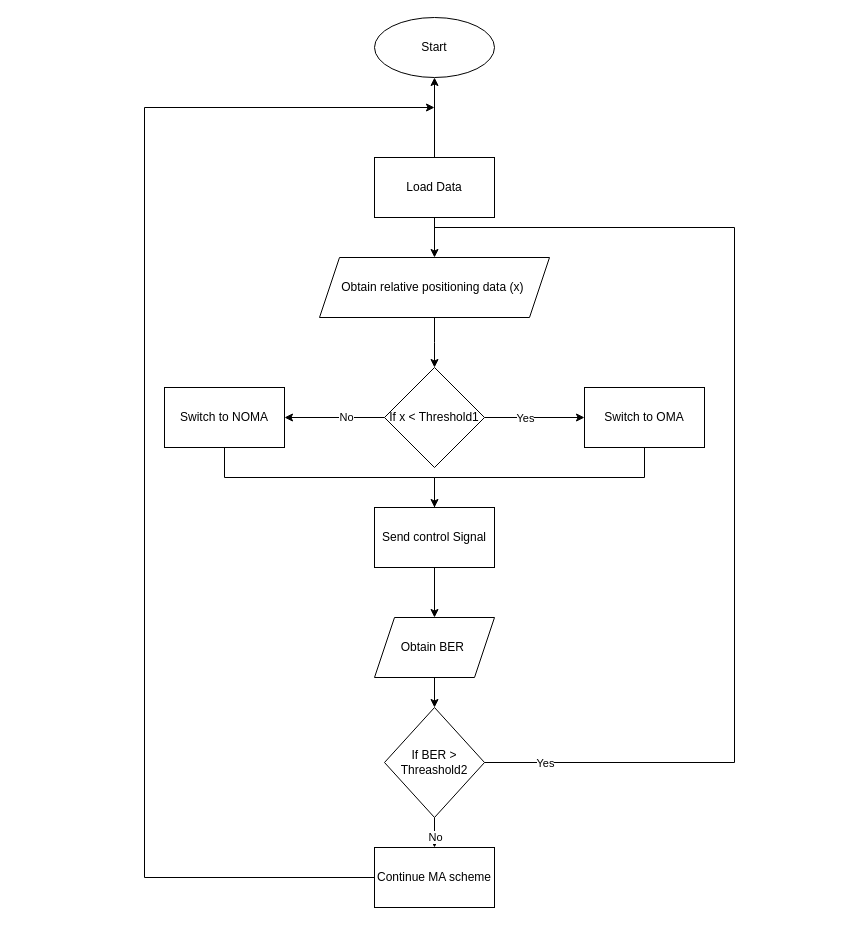
Before: page "Page-10" (10 of 11) of Untitled Diagram.drawio in Lazarus-GS/Draw.io-Works, a draw.io diagram. Source tidied: cells renumbered, new cells numbered last; positions are measured from the earlier drawing's top-left corner, leaving out a move shared by most shapes. Both pictures are drawn from the tidied source at 100%, with x=0, y=0 at pixel (144, 17).
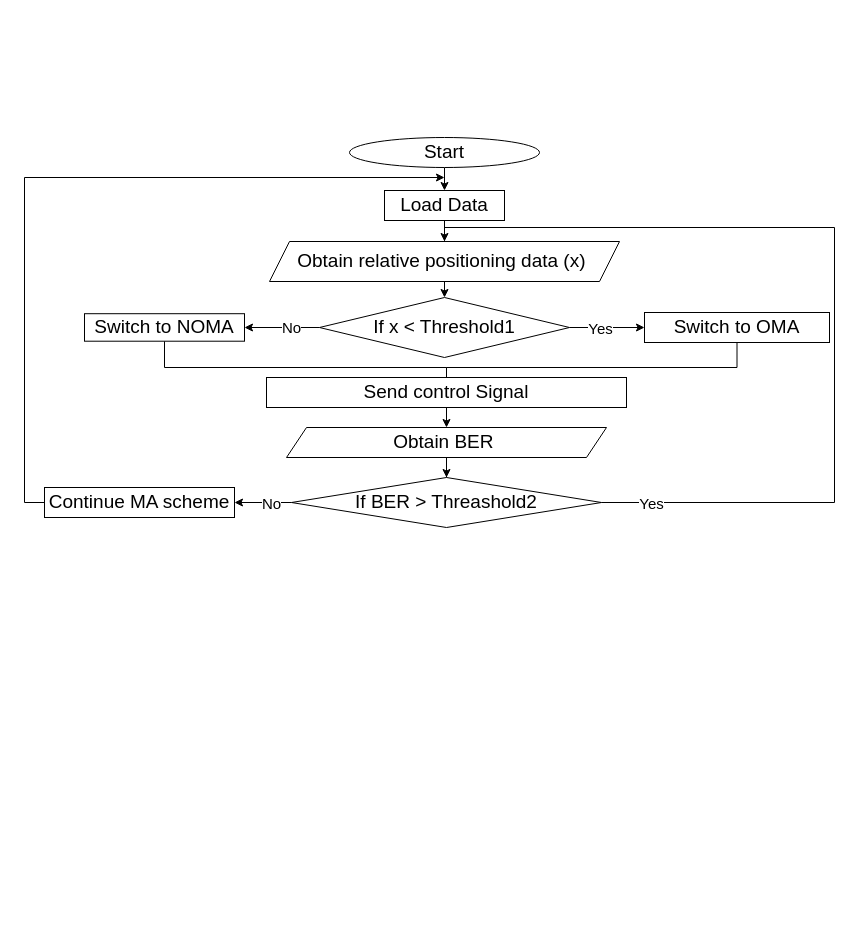
The same diagram, later.

Unchanged cells that the change refers to:
```xml
<mxCell id="5" style="edgeStyle=orthogonalEdgeStyle;rounded=0;jettySize=auto;html=1;" parent="1" edge="1" source="9" target="11">
  <mxGeometry relative="1" as="geometry" />
</mxCell>
<mxCell id="7" style="edgeStyle=orthogonalEdgeStyle;rounded=0;jettySize=auto;html=1;" parent="1" edge="1" source="9" target="13">
  <mxGeometry relative="1" as="geometry" />
</mxCell>
<mxCell id="20" style="edgeStyle=orthogonalEdgeStyle;rounded=0;jettySize=auto;html=1;" parent="1" edge="1" source="22" target="26">
  <mxGeometry relative="1" as="geometry" />
</mxCell>
```

The edit, as a diff of the source:
```diff
@@
-    <mxCell id="3" style="edgeStyle=orthogonalEdgeStyle;rounded=0;jettySize=auto;html=1;" parent="1" edge="1" source="4" target="27">
-      <mxGeometry relative="1" as="geometry" />
-    </mxCell>
-    <mxCell id="4" value="Load Data" style="rounded=0;whiteSpace=wrap;html=1;" parent="1" vertex="1">
-      <mxGeometry x="230" y="140" width="120" height="60" as="geometry" />
+    <mxCell id="4" value="&lt;font style=&quot;font-size: 19px&quot;&gt;Load Data&lt;/font&gt;" style="rounded=0;whiteSpace=wrap;html=1;" parent="1" vertex="1">
+      <mxGeometry x="240" y="173" width="120" height="30" as="geometry" />
     </mxCell>
@@
-    <mxCell id="6" value="Yes" style="edgeLabel;html=1;align=center;verticalAlign=middle;" parent="5" vertex="1">
+    <mxCell id="6" value="&lt;font style=&quot;font-size: 15px&quot;&gt;Yes&lt;/font&gt;" style="edgeLabel;html=1;align=center;verticalAlign=middle;" parent="5" vertex="1">
       <mxGeometry x="-0.2" relative="1" as="geometry" />
     </mxCell>
@@
-    <mxCell id="8" value="No" style="edgeLabel;html=1;align=center;verticalAlign=middle;" parent="7" vertex="1">
+    <mxCell id="8" value="&lt;font style=&quot;font-size: 15px&quot;&gt;No&lt;/font&gt;" style="edgeLabel;html=1;align=center;verticalAlign=middle;" parent="7" vertex="1">
       <mxGeometry x="-0.22" y="-1" relative="1" as="geometry" />
     </mxCell>
-    <mxCell id="9" value="If x &amp;lt; Threshold1" style="rhombus;whiteSpace=wrap;html=1;rounded=0;" parent="1" vertex="1">
-      <mxGeometry x="240" y="350" width="100" height="100" as="geometry" />
+    <mxCell id="9" value="&lt;font style=&quot;font-size: 19px&quot;&gt;If x &amp;lt; Threshold1&lt;/font&gt;" style="rhombus;whiteSpace=wrap;html=1;rounded=0;" parent="1" vertex="1">
+      <mxGeometry x="175" y="280" width="250" height="60" as="geometry" />
     </mxCell>
-    <mxCell id="10" style="edgeStyle=orthogonalEdgeStyle;rounded=0;jettySize=auto;html=1;exitX=0.5;exitY=1;exitDx=0;exitDy=0;" parent="1" edge="1" source="11">
-      <mxGeometry relative="1" as="geometry">
-        <mxPoint x="290" y="550" as="targetPoint" />
-        <Array as="points">
-          <mxPoint x="500" y="460" />
-          <mxPoint x="290" y="460" />
-        </Array>
-      </mxGeometry>
-    </mxCell>
+    <mxCell id="28" style="edgeStyle=orthogonalEdgeStyle;rounded=0;jettySize=auto;html=1;exitX=0.5;exitY=1;exitDx=0;exitDy=0;entryX=0.5;entryY=0;entryDx=0;entryDy=0;fontSize=15;endArrow=none;endFill=0;" parent="1" edge="1" source="11" target="17">
+      <mxGeometry relative="1" as="geometry">
+        <Array as="points">
+          <mxPoint x="593" y="350" />
+          <mxPoint x="302" y="350" />
+        </Array>
+      </mxGeometry>
+    </mxCell>
-    <mxCell id="11" value="Switch to OMA" style="whiteSpace=wrap;html=1;rounded=0;" parent="1" vertex="1">
-      <mxGeometry x="440" y="370" width="120" height="60" as="geometry" />
+    <mxCell id="11" value="&lt;font style=&quot;font-size: 19px&quot;&gt;Switch to OMA&lt;/font&gt;" style="whiteSpace=wrap;html=1;rounded=0;" parent="1" vertex="1">
+      <mxGeometry x="500" y="295" width="185" height="30" as="geometry" />
     </mxCell>
-    <mxCell id="12" style="edgeStyle=orthogonalEdgeStyle;rounded=0;jettySize=auto;html=1;exitX=0.5;exitY=1;exitDx=0;exitDy=0;entryX=0.5;entryY=0;entryDx=0;entryDy=0;" parent="1" edge="1" source="13" target="17">
-      <mxGeometry relative="1" as="geometry" />
+    <mxCell id="12" style="edgeStyle=orthogonalEdgeStyle;rounded=0;jettySize=auto;html=1;exitX=0.5;exitY=1;exitDx=0;exitDy=0;entryX=0.5;entryY=0;entryDx=0;entryDy=0;fontSize=15;endArrow=none;endFill=0;" parent="1" edge="1" source="13" target="17">
+      <mxGeometry relative="1" as="geometry">
+        <Array as="points">
+          <mxPoint x="20" y="350" />
+          <mxPoint x="302" y="350" />
+        </Array>
+      </mxGeometry>
     </mxCell>
-    <mxCell id="13" value="Switch to NOMA" style="whiteSpace=wrap;html=1;rounded=0;" parent="1" vertex="1">
-      <mxGeometry x="20" y="370" width="120" height="60" as="geometry" />
+    <mxCell id="13" value="&lt;font style=&quot;font-size: 19px&quot;&gt;Switch to NOMA&lt;/font&gt;" style="whiteSpace=wrap;html=1;rounded=0;" parent="1" vertex="1">
+      <mxGeometry x="-60" y="296.2" width="160" height="27.5" as="geometry" />
     </mxCell>
-    <mxCell id="14" style="edgeStyle=orthogonalEdgeStyle;rounded=0;jettySize=auto;html=1;exitX=0.5;exitY=1;exitDx=0;exitDy=0;" parent="1" edge="1" source="15">
-      <mxGeometry relative="1" as="geometry">
-        <mxPoint x="290" y="350" as="targetPoint" />
-      </mxGeometry>
+    <mxCell id="14" style="edgeStyle=orthogonalEdgeStyle;rounded=0;jettySize=auto;html=1;exitX=0.5;exitY=1;exitDx=0;exitDy=0;entryX=0.5;entryY=0;entryDx=0;entryDy=0;" parent="1" edge="1" source="15" target="9">
+      <mxGeometry relative="1" as="geometry" />
     </mxCell>
-    <mxCell id="15" value="&lt;span&gt;Obtain relative positioning data (x)&amp;nbsp;&lt;/span&gt;" style="shape=parallelogram;perimeter=parallelogramPerimeter;whiteSpace=wrap;html=1;fixedSize=1;" parent="1" vertex="1">
-      <mxGeometry x="175" y="240" width="230" height="60" as="geometry" />
+    <mxCell id="15" value="&lt;span&gt;&lt;font style=&quot;font-size: 19px&quot;&gt;Obtain relative positioning data (x)&amp;nbsp;&lt;/font&gt;&lt;/span&gt;" style="shape=parallelogram;perimeter=parallelogramPerimeter;whiteSpace=wrap;html=1;fixedSize=1;" parent="1" vertex="1">
+      <mxGeometry x="125" y="224" width="350" height="40" as="geometry" />
     </mxCell>
@@
-    <mxCell id="17" value="Send control Signal" style="rounded=0;whiteSpace=wrap;html=1;" parent="1" vertex="1">
-      <mxGeometry x="230" y="490" width="120" height="60" as="geometry" />
+    <mxCell id="17" value="&lt;font style=&quot;font-size: 19px&quot;&gt;Send control Signal&lt;/font&gt;" style="rounded=0;whiteSpace=wrap;html=1;" parent="1" vertex="1">
+      <mxGeometry x="122" y="360" width="360" height="30" as="geometry" />
     </mxCell>
@@
-    <mxCell id="19" value="Obtain BER&amp;nbsp;" style="shape=parallelogram;perimeter=parallelogramPerimeter;whiteSpace=wrap;html=1;fixedSize=1;" parent="1" vertex="1">
-      <mxGeometry x="230" y="600" width="120" height="60" as="geometry" />
+    <mxCell id="19" value="&lt;font style=&quot;font-size: 19px&quot;&gt;Obtain BER&amp;nbsp;&lt;/font&gt;" style="shape=parallelogram;perimeter=parallelogramPerimeter;whiteSpace=wrap;html=1;fixedSize=1;" parent="1" vertex="1">
+      <mxGeometry x="142" y="410" width="320" height="30" as="geometry" />
     </mxCell>
@@
-    <mxCell id="21" value="No" style="edgeLabel;html=1;align=center;verticalAlign=middle;" parent="20" vertex="1">
+    <mxCell id="21" value="&lt;font style=&quot;font-size: 15px&quot;&gt;No&lt;/font&gt;" style="edgeLabel;html=1;align=center;verticalAlign=middle;" parent="20" vertex="1">
       <mxGeometry x="-0.25" relative="1" as="geometry" />
     </mxCell>
-    <mxCell id="22" value="If BER &amp;gt; Threashold2" style="rhombus;whiteSpace=wrap;html=1;" parent="1" vertex="1">
-      <mxGeometry x="240" y="690" width="100" height="110" as="geometry" />
+    <mxCell id="22" value="&lt;font style=&quot;font-size: 19px&quot;&gt;If BER &amp;gt; Threashold2&lt;/font&gt;" style="rhombus;whiteSpace=wrap;html=1;" parent="1" vertex="1">
+      <mxGeometry x="147" y="460" width="310" height="50" as="geometry" />
     </mxCell>
     <mxCell id="23" style="edgeStyle=orthogonalEdgeStyle;rounded=0;jettySize=auto;html=1;exitX=1;exitY=0.5;exitDx=0;exitDy=0;endArrow=none;endFill=0;" parent="1" edge="1" source="22">
       <mxGeometry relative="1" as="geometry">
-        <mxPoint x="290" y="210" as="targetPoint" />
+        <mxPoint x="300" y="210" as="targetPoint" />
         <Array as="points">
-          <mxPoint x="590" y="745" />
-          <mxPoint x="590" y="210" />
-          <mxPoint x="290" y="210" />
+          <mxPoint x="690" y="485" />
+          <mxPoint x="690" y="210" />
         </Array>
       </mxGeometry>
     </mxCell>
-    <mxCell id="24" value="Yes" style="edgeLabel;html=1;align=center;verticalAlign=middle;" parent="23" vertex="1">
+    <mxCell id="24" value="&lt;font style=&quot;font-size: 15px&quot;&gt;Yes&lt;/font&gt;" style="edgeLabel;html=1;align=center;verticalAlign=middle;" parent="23" vertex="1">
       <mxGeometry x="-0.89" relative="1" as="geometry" />
     </mxCell>
-    <mxCell id="25" style="edgeStyle=orthogonalEdgeStyle;rounded=0;jettySize=auto;html=1;" parent="1" edge="1" source="26">
-      <mxGeometry relative="1" as="geometry">
-        <mxPoint x="290" y="90" as="targetPoint" />
-        <Array as="points">
-          <mxPoint y="860" />
-          <mxPoint y="90" />
-        </Array>
-      </mxGeometry>
-    </mxCell>
+    <mxCell id="29" style="edgeStyle=orthogonalEdgeStyle;rounded=0;jettySize=auto;html=1;exitX=0;exitY=0.5;exitDx=0;exitDy=0;fontSize=15;" parent="1" edge="1" source="26">
+      <mxGeometry relative="1" as="geometry">
+        <mxPoint x="300" y="160" as="targetPoint" />
+        <Array as="points">
+          <mxPoint x="-120" y="485" />
+          <mxPoint x="-120" y="160" />
+        </Array>
+      </mxGeometry>
+    </mxCell>
-    <mxCell id="26" value="Continue MA scheme" style="whiteSpace=wrap;html=1;" parent="1" vertex="1">
-      <mxGeometry x="230" y="830" width="120" height="60" as="geometry" />
+    <mxCell id="26" value="&lt;font style=&quot;font-size: 19px&quot;&gt;Continue MA scheme&lt;/font&gt;" style="whiteSpace=wrap;html=1;" parent="1" vertex="1">
+      <mxGeometry x="-100" y="470" width="190" height="30" as="geometry" />
     </mxCell>
+    <mxCell id="30" style="edgeStyle=orthogonalEdgeStyle;rounded=0;jettySize=auto;html=1;exitX=0.5;exitY=1;exitDx=0;exitDy=0;entryX=0.5;entryY=0;entryDx=0;entryDy=0;fontSize=19;" parent="1" edge="1" source="27" target="4">
+      <mxGeometry relative="1" as="geometry" />
+    </mxCell>
-    <mxCell id="27" value="Start" style="ellipse;whiteSpace=wrap;html=1;rounded=0;" parent="1" vertex="1">
-      <mxGeometry x="230" width="120" height="60" as="geometry" />
+    <mxCell id="27" value="&lt;font style=&quot;font-size: 19px&quot;&gt;Start&lt;/font&gt;" style="ellipse;whiteSpace=wrap;html=1;rounded=0;" parent="1" vertex="1">
+      <mxGeometry x="205" y="120" width="190" height="30" as="geometry" />
     </mxCell>
+    <mxCell id="31" style="edgeStyle=orthogonalEdgeStyle;rounded=0;orthogonalLoop=1;jettySize=auto;html=1;exitX=0.5;exitY=1;exitDx=0;exitDy=0;fontSize=19;" parent="1" edge="1" source="13" target="13">
+      <mxGeometry relative="1" as="geometry" />
+    </mxCell>
```
